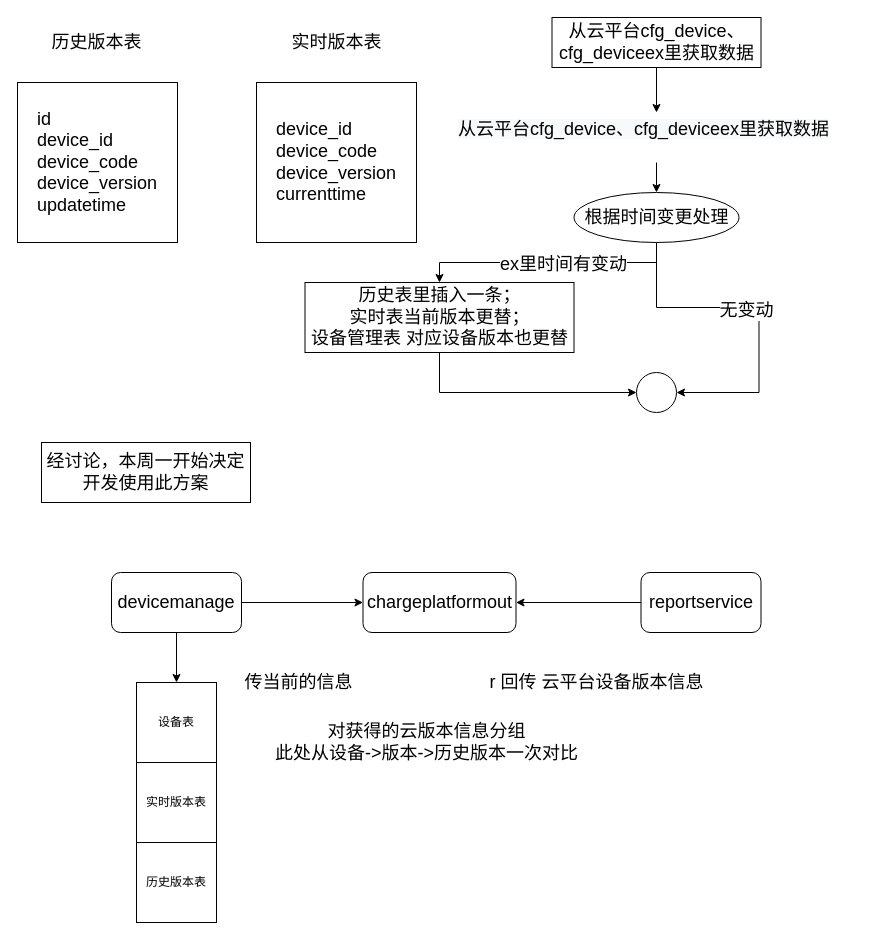
Above: 2022.11/定时任务-保存版本.drawio in MxdGff/ImageStorge (draw.io), before the change. Source tidied: cells renumbered, new cells numbered last; positions are measured from the earlier drawing's top-left corner, leaving out a move shared by most shapes. Both pictures are drawn from the tidied source at 100%, with x=0, y=0 at pixel (17, 17).
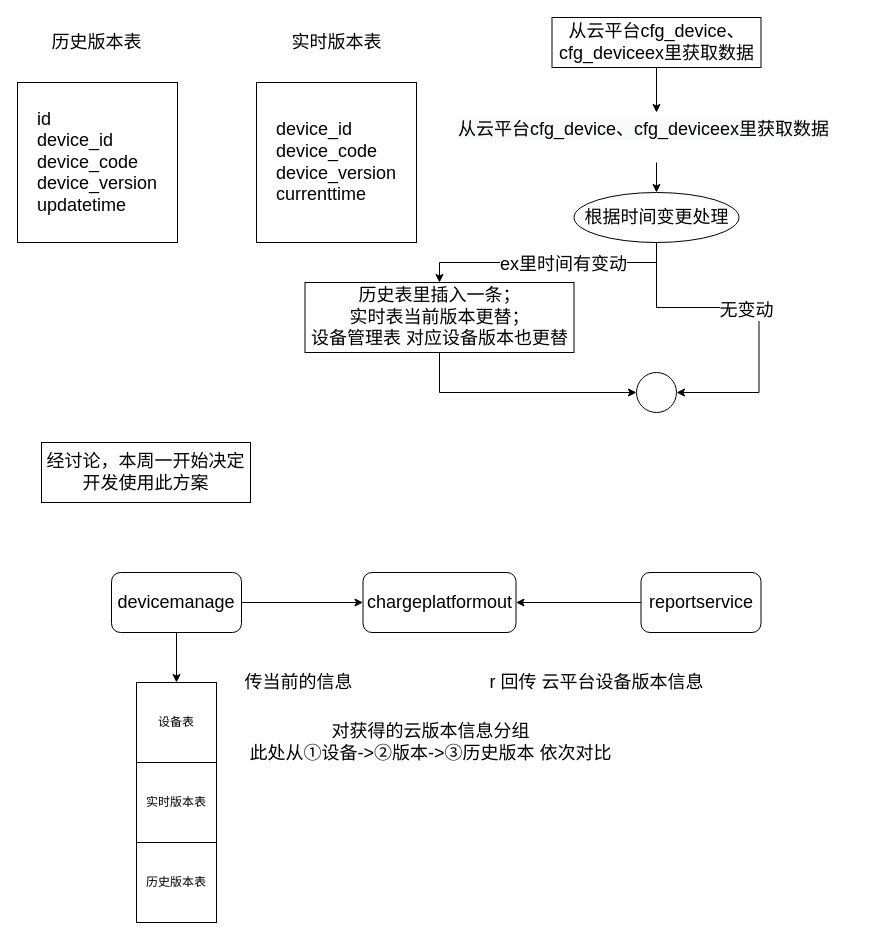
After the change.

Commit message:
更新定时任务-保存版本.drawio

Diff of the diagram source:
```diff
@@
-    <mxCell id="30" value="对获得的云版本信息分组&lt;br&gt;此处从设备-&amp;gt;版本-&amp;gt;历史版本一次对比" style="text;html=1;align=center;verticalAlign=middle;strokeColor=none;fillColor=none;fontSize=18;" parent="1" vertex="1">
-      <mxGeometry x="244" y="695" width="330" height="60" as="geometry" />
+    <mxCell id="30" value="对获得的云版本信息分组&lt;br&gt;此处从①设备-&amp;gt;②版本-&amp;gt;③历史版本 依次对比" style="text;html=1;align=center;verticalAlign=middle;strokeColor=none;fillColor=none;fontSize=18;" parent="1" vertex="1">
+      <mxGeometry x="218" y="695" width="390" height="60" as="geometry" />
     </mxCell>
```
